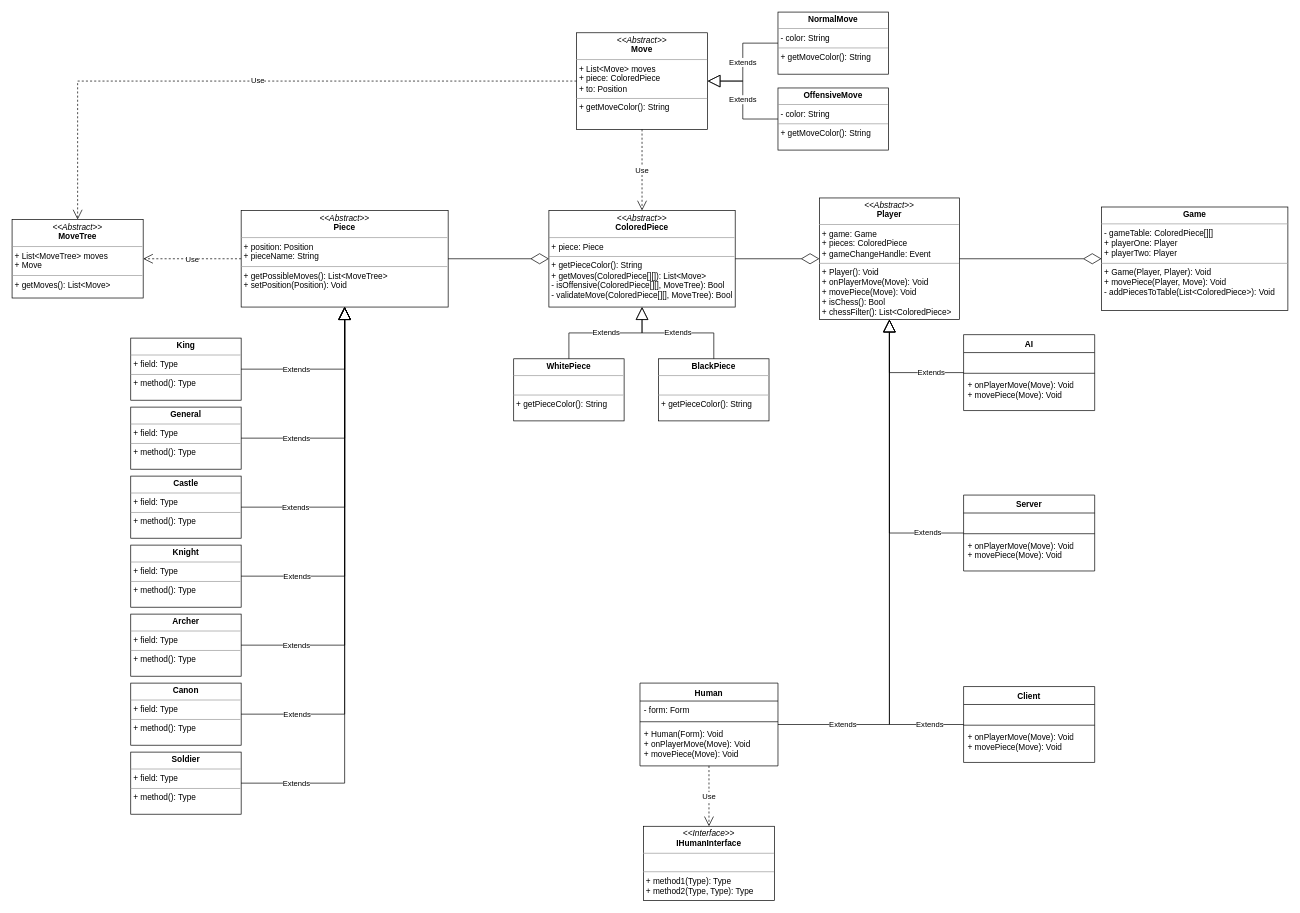
CRBogdan/Two-Kingdoms-Chess keeps this draw.io diagram as Diagram.drawio. Above is the earlier version. Source tidied: cells renumbered, new cells numbered last; positions are measured from the earlier drawing's top-left corner, leaving out a move shared by most shapes. Both pictures are drawn from the tidied source at 69%, with x=0, y=0 at pixel (12, 12).
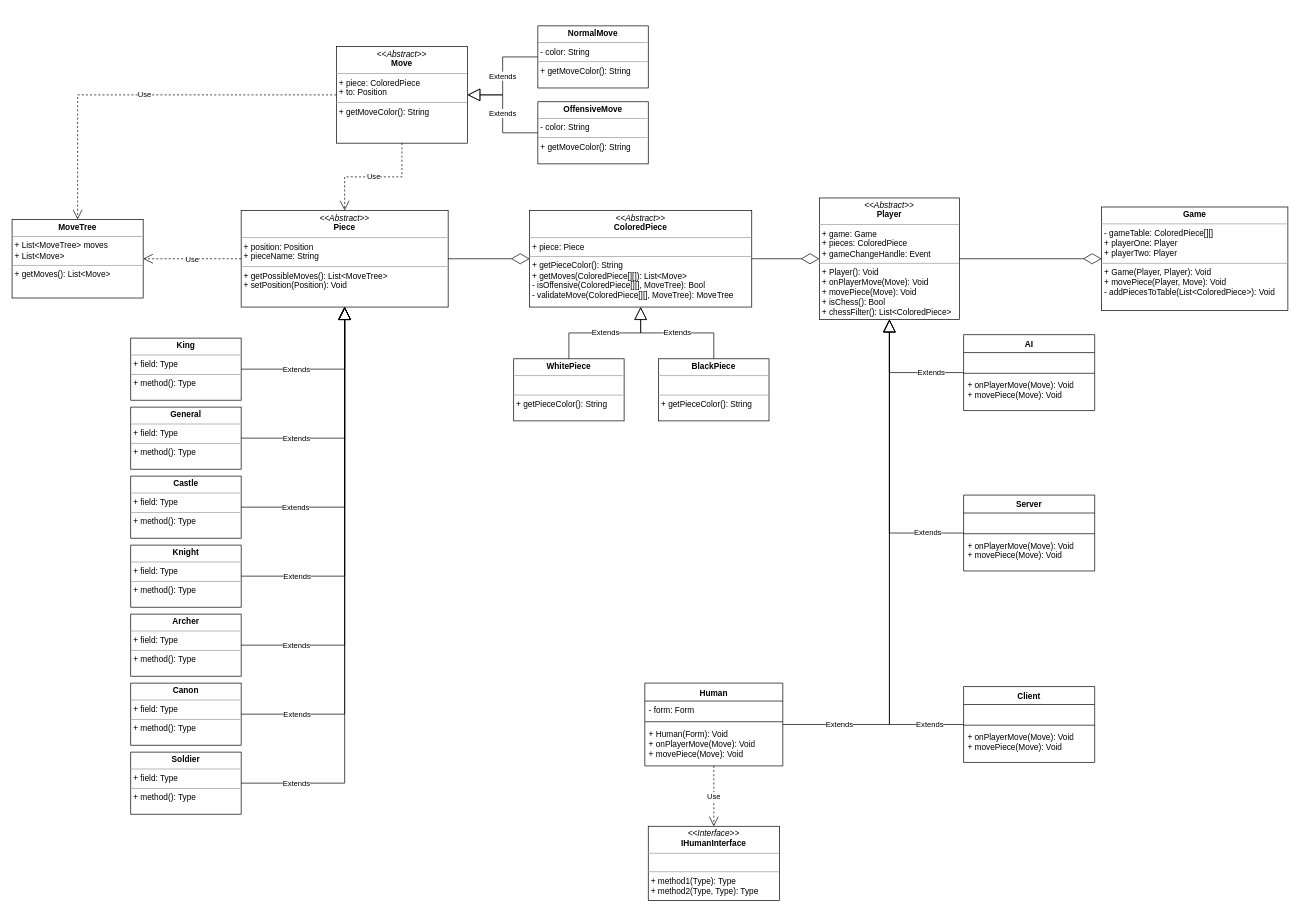
The same page after the edit.

Unchanged cells that the change refers to:
```xml
<mxCell id="2" value="&lt;p style=&quot;margin:0px;margin-top:4px;text-align:center;&quot;&gt;&lt;i&gt;&amp;lt;&amp;lt;Abstract&amp;gt;&amp;gt;&lt;/i&gt;&lt;br&gt;&lt;b&gt;Player&lt;/b&gt;&lt;/p&gt;&lt;hr size=&quot;1&quot;&gt;&lt;p style=&quot;margin:0px;margin-left:4px;&quot;&gt;+ game: Game&lt;/p&gt;&lt;p style=&quot;margin:0px;margin-left:4px;&quot;&gt;+ pieces: ColoredPiece&lt;/p&gt;&lt;p style=&quot;margin:0px;margin-left:4px;&quot;&gt;+ gameChangeHandle: Event&lt;/p&gt;&lt;hr size=&quot;1&quot;&gt;&lt;p style=&quot;margin:0px;margin-left:4px;&quot;&gt;+ Player(): Void&lt;br&gt;+ onPlayerMove(Move): Void&lt;/p&gt;&lt;p style=&quot;margin:0px;margin-left:4px;&quot;&gt;+ movePiece(Move): Void&lt;/p&gt;&lt;p style=&quot;margin:0px;margin-left:4px;&quot;&gt;+ isChess(): Bool&lt;/p&gt;&lt;p style=&quot;margin:0px;margin-left:4px;&quot;&gt;+ chessFilter(): List&amp;lt;ColoredPiece&amp;gt;&lt;/p&gt;" style="verticalAlign=top;align=left;overflow=fill;fontSize=12;fontFamily=Helvetica;html=1;whiteSpace=wrap;" parent="1" vertex="1">
  <mxGeometry x="1170" y="269.4" width="203" height="176.2" as="geometry" />
</mxCell>
<mxCell id="7" value="&lt;p style=&quot;margin:0px;margin-top:4px;text-align:center;&quot;&gt;&lt;i&gt;&amp;lt;&amp;lt;Abstract&amp;gt;&amp;gt;&lt;/i&gt;&lt;br&gt;&lt;b&gt;Piece&lt;/b&gt;&lt;/p&gt;&lt;hr size=&quot;1&quot;&gt;&lt;p style=&quot;margin:0px;margin-left:4px;&quot;&gt;+ position: Position&lt;br&gt;+ pieceName: String&lt;/p&gt;&lt;hr size=&quot;1&quot;&gt;&lt;p style=&quot;margin:0px;margin-left:4px;&quot;&gt;+ getPossibleMoves(): List&amp;lt;MoveTree&amp;gt;&lt;br&gt;+ setPosition(Position): Void&lt;/p&gt;" style="verticalAlign=top;align=left;overflow=fill;fontSize=12;fontFamily=Helvetica;html=1;whiteSpace=wrap;" parent="1" vertex="1">
  <mxGeometry x="332" y="287.5" width="300" height="140" as="geometry" />
</mxCell>
```

Change to the diagram source:
```diff
@@
     <mxCell id="3" value="Human" style="swimlane;fontStyle=1;align=center;verticalAlign=top;horizontal=1;startSize=26;whiteSpace=wrap;html=1;" parent="1" vertex="1">
-      <mxGeometry x="910" y="972.5" width="200" height="120" as="geometry" />
+      <mxGeometry x="917" y="972.5" width="200" height="120" as="geometry" />
     </mxCell>
@@
-    <mxCell id="15" value="&lt;p style=&quot;margin:0px;margin-top:4px;text-align:center;&quot;&gt;&lt;i&gt;&amp;lt;&amp;lt;Abstract&amp;gt;&amp;gt;&lt;/i&gt;&lt;br&gt;&lt;b&gt;ColoredPiece&lt;/b&gt;&lt;/p&gt;&lt;hr size=&quot;1&quot;&gt;&lt;p style=&quot;margin:0px;margin-left:4px;&quot;&gt;+ piece: Piece&lt;br&gt;&lt;/p&gt;&lt;hr size=&quot;1&quot;&gt;&lt;p style=&quot;margin:0px;margin-left:4px;&quot;&gt;+ getPieceColor(): String&lt;br&gt;+ getMoves(ColoredPiece[][]): List&amp;lt;Move&amp;gt;&lt;/p&gt;&lt;p style=&quot;margin:0px;margin-left:4px;&quot;&gt;- isOffensive(ColoredPiece[][],&amp;nbsp;MoveTree): Bool&lt;/p&gt;&lt;p style=&quot;margin:0px;margin-left:4px;&quot;&gt;- validateMove(ColoredPiece[][],&amp;nbsp;MoveTree&lt;span style=&quot;background-color: initial;&quot;&gt;): Bool&lt;/span&gt;&lt;/p&gt;" style="verticalAlign=top;align=left;overflow=fill;fontSize=12;fontFamily=Helvetica;html=1;whiteSpace=wrap;" parent="1" vertex="1">
-      <mxGeometry x="778" y="287.5" width="270" height="140" as="geometry" />
+    <mxCell id="15" value="&lt;p style=&quot;margin:0px;margin-top:4px;text-align:center;&quot;&gt;&lt;i&gt;&amp;lt;&amp;lt;Abstract&amp;gt;&amp;gt;&lt;/i&gt;&lt;br&gt;&lt;b&gt;ColoredPiece&lt;/b&gt;&lt;/p&gt;&lt;hr size=&quot;1&quot;&gt;&lt;p style=&quot;margin:0px;margin-left:4px;&quot;&gt;+ piece: Piece&lt;br&gt;&lt;/p&gt;&lt;hr size=&quot;1&quot;&gt;&lt;p style=&quot;margin:0px;margin-left:4px;&quot;&gt;+ getPieceColor(): String&lt;br&gt;+ getMoves(ColoredPiece[][]): List&amp;lt;Move&amp;gt;&lt;/p&gt;&lt;p style=&quot;margin:0px;margin-left:4px;&quot;&gt;- isOffensive(ColoredPiece[][],&amp;nbsp;MoveTree): Bool&lt;/p&gt;&lt;p style=&quot;margin:0px;margin-left:4px;&quot;&gt;- validateMove(ColoredPiece[][],&amp;nbsp;MoveTree&lt;span style=&quot;background-color: initial;&quot;&gt;): MoveTree&lt;/span&gt;&lt;/p&gt;" style="verticalAlign=top;align=left;overflow=fill;fontSize=12;fontFamily=Helvetica;html=1;whiteSpace=wrap;" parent="1" vertex="1">
+      <mxGeometry x="750" y="287.5" width="322" height="140" as="geometry" />
     </mxCell>
@@
-    <mxCell id="18" value="&lt;p style=&quot;margin:0px;margin-top:4px;text-align:center;&quot;&gt;&lt;i&gt;&amp;lt;&amp;lt;Abstract&amp;gt;&amp;gt;&lt;/i&gt;&lt;br&gt;&lt;b&gt;MoveTree&lt;/b&gt;&lt;/p&gt;&lt;hr size=&quot;1&quot;&gt;&lt;p style=&quot;margin:0px;margin-left:4px;&quot;&gt;+ List&amp;lt;&lt;span style=&quot;border-color: var(--border-color); text-align: center;&quot;&gt;MoveTree&lt;/span&gt;&amp;gt; moves&lt;/p&gt;&lt;p style=&quot;margin:0px;margin-left:4px;&quot;&gt;+ Move&lt;/p&gt;&lt;hr size=&quot;1&quot;&gt;&lt;p style=&quot;margin:0px;margin-left:4px;&quot;&gt;+ getMoves(): List&amp;lt;Move&amp;gt;&lt;/p&gt;" style="verticalAlign=top;align=left;overflow=fill;fontSize=12;fontFamily=Helvetica;html=1;whiteSpace=wrap;" parent="1" vertex="1">
+    <mxCell id="18" value="&lt;p style=&quot;margin:0px;margin-top:4px;text-align:center;&quot;&gt;&lt;b&gt;MoveTree&lt;/b&gt;&lt;/p&gt;&lt;hr size=&quot;1&quot;&gt;&lt;p style=&quot;margin:0px;margin-left:4px;&quot;&gt;+ List&amp;lt;&lt;span style=&quot;border-color: var(--border-color); text-align: center;&quot;&gt;MoveTree&lt;/span&gt;&amp;gt; moves&lt;/p&gt;&lt;p style=&quot;margin:0px;margin-left:4px;&quot;&gt;+ List&amp;lt;Move&amp;gt;&lt;/p&gt;&lt;hr size=&quot;1&quot;&gt;&lt;p style=&quot;margin:0px;margin-left:4px;&quot;&gt;+ getMoves(): List&amp;lt;Move&amp;gt;&lt;/p&gt;" style="verticalAlign=top;align=left;overflow=fill;fontSize=12;fontFamily=Helvetica;html=1;whiteSpace=wrap;" parent="1" vertex="1">
       <mxGeometry y="300.6" width="190" height="113.8" as="geometry" />
     </mxCell>
@@
     <mxCell id="21" value="Extends" style="endArrow=block;endSize=16;endFill=0;html=1;rounded=0;entryX=0.5;entryY=1;entryDx=0;entryDy=0;edgeStyle=orthogonalEdgeStyle;exitX=1;exitY=0.5;exitDx=0;exitDy=0;" parent="1" edge="1" source="3" target="2">
-      <mxGeometry x="-0.75" relative="1" as="geometry" />
+      <mxGeometry x="-0.78" relative="1" as="geometry" />
     </mxCell>
@@
-    <mxCell id="49" value="&lt;p style=&quot;margin:0px;margin-top:4px;text-align:center;&quot;&gt;&lt;i&gt;&amp;lt;&amp;lt;Abstract&amp;gt;&amp;gt;&lt;/i&gt;&lt;br&gt;&lt;b&gt;Move&lt;/b&gt;&lt;/p&gt;&lt;hr size=&quot;1&quot;&gt;&lt;p style=&quot;margin:0px;margin-left:4px;&quot;&gt;+ List&amp;lt;&lt;span style=&quot;border-color: var(--border-color); text-align: center;&quot;&gt;Move&lt;/span&gt;&amp;gt; moves&lt;/p&gt;&lt;p style=&quot;margin:0px;margin-left:4px;&quot;&gt;+ piece: ColoredPiece&lt;br&gt;+ to: Position&lt;/p&gt;&lt;hr size=&quot;1&quot;&gt;&lt;p style=&quot;margin:0px;margin-left:4px;&quot;&gt;+ getMoveColor(): String&lt;/p&gt;" style="verticalAlign=top;align=left;overflow=fill;fontSize=12;fontFamily=Helvetica;html=1;whiteSpace=wrap;" parent="1" vertex="1">
-      <mxGeometry x="818" y="30" width="190" height="140" as="geometry" />
+    <mxCell id="49" value="&lt;p style=&quot;margin:0px;margin-top:4px;text-align:center;&quot;&gt;&lt;i&gt;&amp;lt;&amp;lt;Abstract&amp;gt;&amp;gt;&lt;/i&gt;&lt;br&gt;&lt;b&gt;Move&lt;/b&gt;&lt;/p&gt;&lt;hr size=&quot;1&quot;&gt;&lt;p style=&quot;margin:0px;margin-left:4px;&quot;&gt;&lt;span style=&quot;background-color: initial;&quot;&gt;+ piece: ColoredPiece&lt;/span&gt;&lt;br&gt;&lt;/p&gt;&lt;p style=&quot;margin:0px;margin-left:4px;&quot;&gt;+ to: Position&lt;/p&gt;&lt;hr size=&quot;1&quot;&gt;&lt;p style=&quot;margin:0px;margin-left:4px;&quot;&gt;+ getMoveColor(): String&lt;/p&gt;" style="verticalAlign=top;align=left;overflow=fill;fontSize=12;fontFamily=Helvetica;html=1;whiteSpace=wrap;" parent="1" vertex="1">
+      <mxGeometry x="470" y="50" width="190" height="140" as="geometry" />
     </mxCell>
     <mxCell id="50" value="&lt;p style=&quot;margin:0px;margin-top:4px;text-align:center;&quot;&gt;&lt;b&gt;NormalMove&lt;/b&gt;&lt;/p&gt;&lt;hr size=&quot;1&quot;&gt;&lt;p style=&quot;margin:0px;margin-left:4px;&quot;&gt;- color: String&lt;/p&gt;&lt;hr size=&quot;1&quot;&gt;&lt;p style=&quot;margin:0px;margin-left:4px;&quot;&gt;+ getMoveColor(): String&lt;br&gt;&lt;/p&gt;" style="verticalAlign=top;align=left;overflow=fill;fontSize=12;fontFamily=Helvetica;html=1;whiteSpace=wrap;" parent="1" vertex="1">
-      <mxGeometry x="1110" width="160" height="90" as="geometry" />
+      <mxGeometry x="762" y="20" width="160" height="90" as="geometry" />
     </mxCell>
     <mxCell id="51" value="&lt;p style=&quot;margin:0px;margin-top:4px;text-align:center;&quot;&gt;&lt;b&gt;OffensiveMove&lt;/b&gt;&lt;/p&gt;&lt;hr size=&quot;1&quot;&gt;&lt;p style=&quot;margin:0px;margin-left:4px;&quot;&gt;- color: String&lt;/p&gt;&lt;hr size=&quot;1&quot;&gt;&lt;p style=&quot;margin:0px;margin-left:4px;&quot;&gt;+ getMoveColor(): String&lt;br&gt;&lt;/p&gt;" style="verticalAlign=top;align=left;overflow=fill;fontSize=12;fontFamily=Helvetica;html=1;whiteSpace=wrap;" parent="1" vertex="1">
-      <mxGeometry x="1110" y="110" width="160" height="90" as="geometry" />
+      <mxGeometry x="762" y="130" width="160" height="90" as="geometry" />
     </mxCell>
-    <mxCell id="52" value="Use" style="endArrow=open;endSize=12;dashed=1;html=1;rounded=0;entryX=0.5;entryY=0;entryDx=0;entryDy=0;exitX=0.5;exitY=1;exitDx=0;exitDy=0;edgeStyle=orthogonalEdgeStyle;" parent="1" edge="1" source="49" target="15">
+    <mxCell id="52" value="Use" style="endArrow=open;endSize=12;dashed=1;html=1;rounded=0;exitX=0.5;exitY=1;exitDx=0;exitDy=0;edgeStyle=orthogonalEdgeStyle;" parent="1" edge="1" source="49" target="7">
       <mxGeometry relative="1" as="geometry" />
     </mxCell>
@@
     <mxCell id="56" value="&lt;p style=&quot;margin:0px;margin-top:4px;text-align:center;&quot;&gt;&lt;i&gt;&amp;lt;&amp;lt;Interface&amp;gt;&amp;gt;&lt;/i&gt;&lt;br&gt;&lt;b&gt;IHumanInterface&lt;/b&gt;&lt;/p&gt;&lt;hr size=&quot;1&quot;&gt;&lt;p style=&quot;margin:0px;margin-left:4px;&quot;&gt;&amp;nbsp;&lt;/p&gt;&lt;hr size=&quot;1&quot;&gt;&lt;p style=&quot;margin:0px;margin-left:4px;&quot;&gt;+ method1(Type): Type&lt;br&gt;+ method2(Type, Type): Type&lt;/p&gt;" style="verticalAlign=top;align=left;overflow=fill;fontSize=12;fontFamily=Helvetica;html=1;whiteSpace=wrap;" parent="1" vertex="1">
-      <mxGeometry x="915" y="1180" width="190" height="107.5" as="geometry" />
+      <mxGeometry x="922" y="1180" width="190" height="107.5" as="geometry" />
     </mxCell>
```
